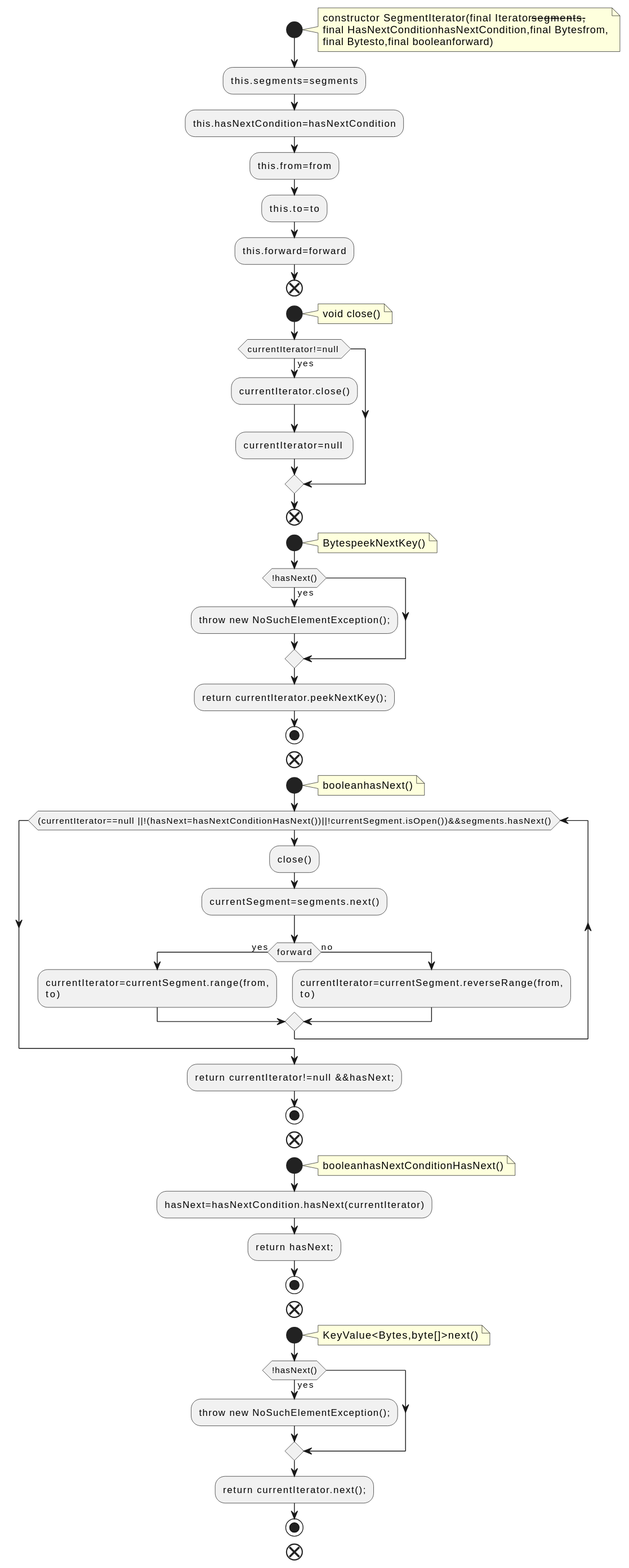
This is docs/qc/streams/src/main/java/org/apache/kafka/streams/state/internals/SegmentIterator.java.fct.svg from qualitesys/kafka, a PlantUML export, as it was before one commit.
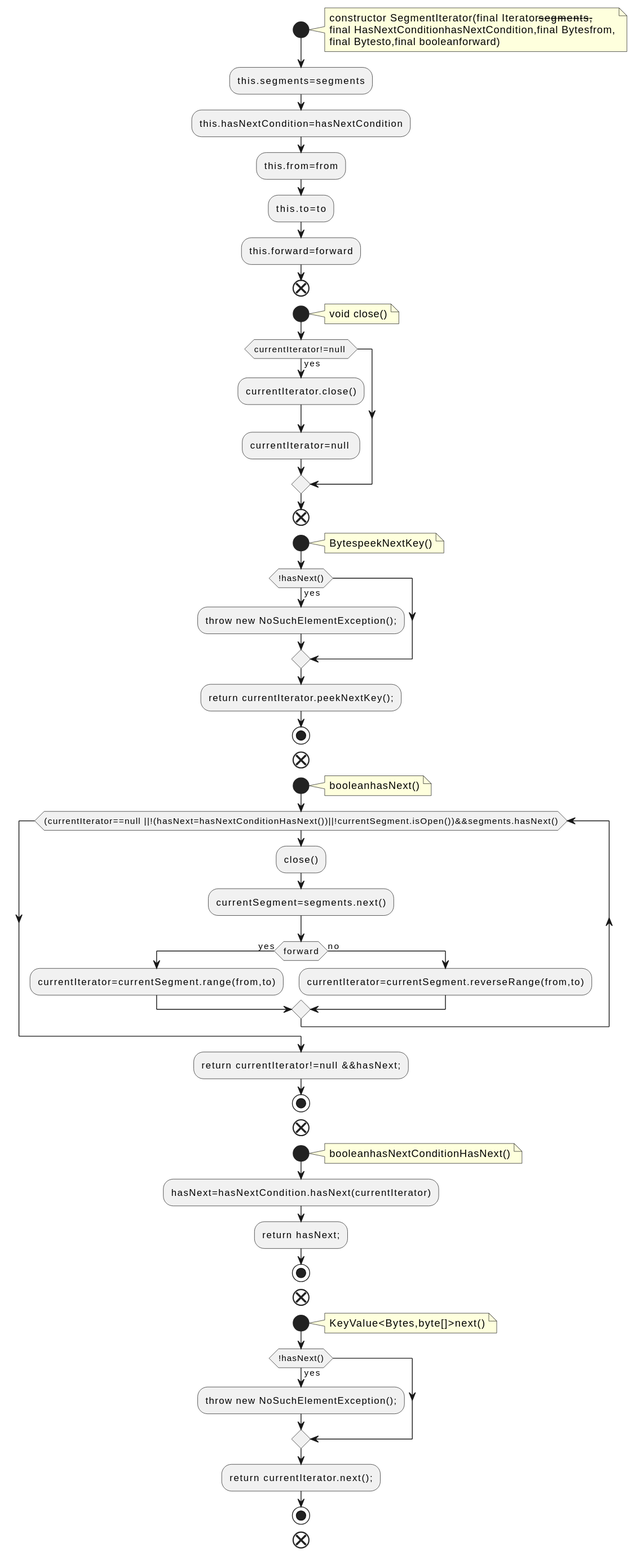
Later version of the same file.

The edit, as a diff of the source:
```diff
@@ -39,11 +39,9 @@
 :close();
 :currentSegment=segments.next();
 if (forward) then (yes)
-:currentIterator=currentSegment.range(from,
-to);
+:currentIterator=currentSegment.range(from,to);
 else (no)
-:currentIterator=currentSegment.reverseRange(from,
-to);
+:currentIterator=currentSegment.reverseRange(from,to);
 endif
 endwhile
 :return currentIterator!=null &&hasNext;;
```
